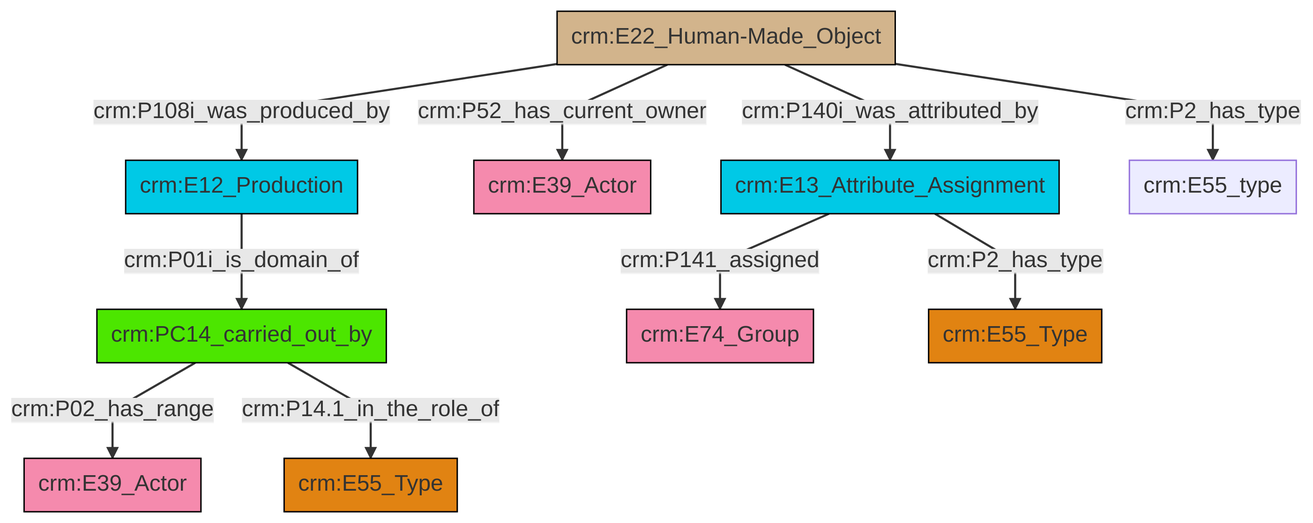
Earlier version of the Mermaid export et/builtWorkCSV/ttl/mmd/png/Built_Work_actor_relations.png (swiss-art-research-net/docs.swissartresearch). Its source is kept beside it as et/builtWorkCSV/ttl/mmd/Built_Work_actor_relations.ttl.mmd.
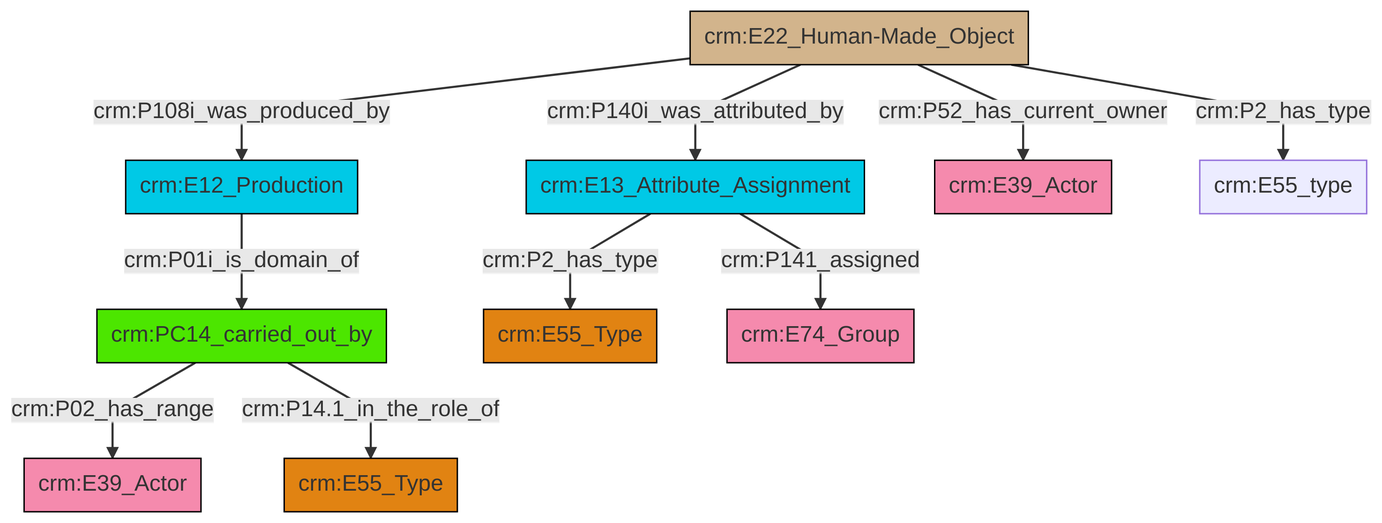
After the commit.

Diff of the diagram source:
```diff
@@ -13,12 +13,12 @@
 classDef PC_Classes fill:#4ce600, stroke:#000000;
 classDef Multi fill:#cccccc,stroke:#000000;
 
-0["crm:E12_Production"]:::Temporal_Entity -->|crm:P01i_is_domain_of| 1["crm:PC14_carried_out_by"]:::PC_Classes
-4["crm:E22_Human-Made_Object"]:::Physical_Thing -->|crm:P52_has_current_owner| 5["crm:E39_Actor"]:::Actor
-13["crm:E13_Attribute_Assignment"]:::Temporal_Entity -->|crm:P2_has_type| 10["crm:E55_Type"]:::Type
-1["crm:PC14_carried_out_by"]:::PC_Classes -->|crm:P02_has_range| 2["crm:E39_Actor"]:::Actor
-1["crm:PC14_carried_out_by"]:::PC_Classes -->|crm:P14.1_in_the_role_of| 6["crm:E55_Type"]:::Type
-4["crm:E22_Human-Made_Object"]:::Physical_Thing -->|crm:P2_has_type| 15["crm:E55_type"]:::Default
-13["crm:E13_Attribute_Assignment"]:::Temporal_Entity -->|crm:P141_assigned| 8["crm:E74_Group"]:::Actor
-4["crm:E22_Human-Made_Object"]:::Physical_Thing -->|crm:P108i_was_produced_by| 0["crm:E12_Production"]:::Temporal_Entity
-4["crm:E22_Human-Made_Object"]:::Physical_Thing -->|crm:P140i_was_attributed_by| 13["crm:E13_Attribute_Assignment"]:::Temporal_Entity
+2["crm:PC14_carried_out_by"]:::PC_Classes -->|crm:P02_has_range| 3["crm:E39_Actor"]:::Actor
+4["crm:E22_Human-Made_Object"]:::Physical_Thing -->|crm:P108i_was_produced_by| 5["crm:E12_Production"]:::Temporal_Entity
+5["crm:E12_Production"]:::Temporal_Entity -->|crm:P01i_is_domain_of| 2["crm:PC14_carried_out_by"]:::PC_Classes
+4["crm:E22_Human-Made_Object"]:::Physical_Thing -->|crm:P140i_was_attributed_by| 0["crm:E13_Attribute_Assignment"]:::Temporal_Entity
+4["crm:E22_Human-Made_Object"]:::Physical_Thing -->|crm:P52_has_current_owner| 7["crm:E39_Actor"]:::Actor
+4["crm:E22_Human-Made_Object"]:::Physical_Thing -->|crm:P2_has_type| 9["crm:E55_type"]:::Default
+0["crm:E13_Attribute_Assignment"]:::Temporal_Entity -->|crm:P2_has_type| 11["crm:E55_Type"]:::Type
+2["crm:PC14_carried_out_by"]:::PC_Classes -->|crm:P14.1_in_the_role_of| 15["crm:E55_Type"]:::Type
+0["crm:E13_Attribute_Assignment"]:::Temporal_Entity -->|crm:P141_assigned| 17["crm:E74_Group"]:::Actor
```
